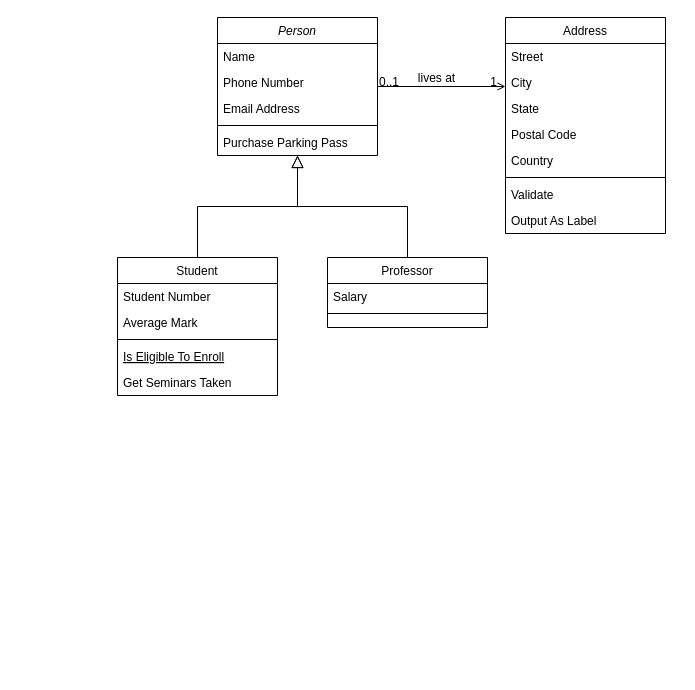
Above: national_parks.drawio in Ndzile/national_parks (draw.io), before the change. Source tidied: cells renumbered, new cells numbered last; positions are measured from the earlier drawing's top-left corner, leaving out a move shared by most shapes. Both pictures are drawn from the tidied source at 100%, with x=0, y=0 at pixel (117, 17).
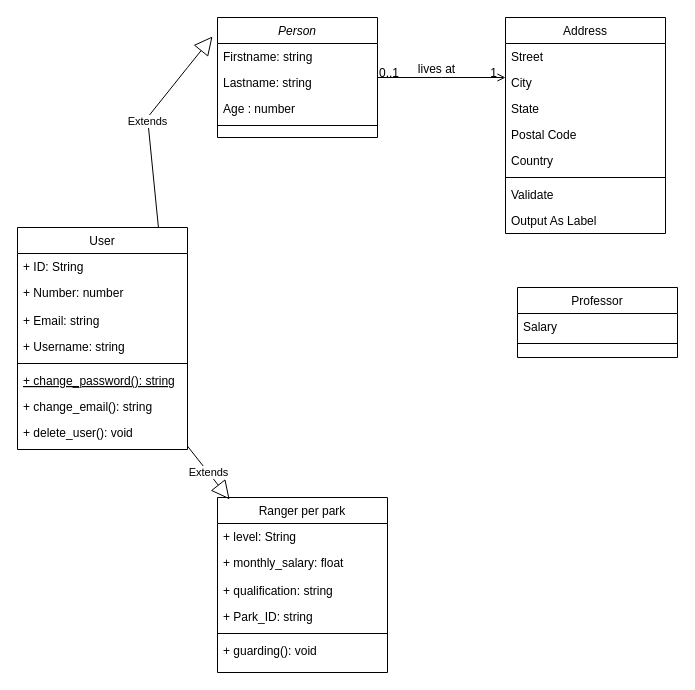
The same page after the edit.

Commit message:
Mettre à jour national_parks.drawio

Change to the diagram source:
```diff
@@
     <mxCell id="2" value="Person" style="swimlane;fontStyle=2;align=center;verticalAlign=top;horizontal=1;startSize=26;rounded=0;shadow=0;strokeWidth=1;" parent="1" vertex="1">
-      <mxGeometry x="100" width="160" height="138" as="geometry" />
+      <mxGeometry x="100" width="160" height="120" as="geometry" />
     </mxCell>
-    <mxCell id="3" value="Name" style="text;align=left;verticalAlign=top;spacingLeft=4;spacingRight=4;overflow=hidden;" parent="2" vertex="1">
+    <mxCell id="3" value="Firstname: string" style="text;align=left;verticalAlign=top;spacingLeft=4;spacingRight=4;overflow=hidden;" parent="2" vertex="1">
       <mxGeometry y="26" width="160" height="26" as="geometry" />
     </mxCell>
-    <mxCell id="4" value="Phone Number" style="text;align=left;verticalAlign=top;spacingLeft=4;spacingRight=4;overflow=hidden;rounded=0;shadow=0;html=0;" parent="2" vertex="1">
+    <mxCell id="4" value="Lastname: string" style="text;align=left;verticalAlign=top;spacingLeft=4;spacingRight=4;overflow=hidden;rounded=0;shadow=0;html=0;" parent="2" vertex="1">
       <mxGeometry y="52" width="160" height="26" as="geometry" />
     </mxCell>
-    <mxCell id="5" value="Email Address" style="text;align=left;verticalAlign=top;spacingLeft=4;spacingRight=4;overflow=hidden;rounded=0;shadow=0;html=0;" parent="2" vertex="1">
+    <mxCell id="5" value="Age : number" style="text;align=left;verticalAlign=top;spacingLeft=4;spacingRight=4;overflow=hidden;rounded=0;shadow=0;html=0;" parent="2" vertex="1">
       <mxGeometry y="78" width="160" height="26" as="geometry" />
     </mxCell>
@@
-    <mxCell id="7" value="Purchase Parking Pass" style="text;align=left;verticalAlign=top;spacingLeft=4;spacingRight=4;overflow=hidden;" parent="2" vertex="1">
-      <mxGeometry y="112" width="160" height="26" as="geometry" />
-    </mxCell>
-    <mxCell id="8" value="Student" style="swimlane;fontStyle=0;align=center;verticalAlign=top;horizontal=1;startSize=26;rounded=0;shadow=0;strokeWidth=1;" parent="1" vertex="1">
-      <mxGeometry y="240" width="160" height="138" as="geometry" />
+    <mxCell id="8" value="User" style="swimlane;fontStyle=0;align=center;verticalAlign=top;horizontal=1;startSize=26;rounded=0;shadow=0;strokeWidth=1;" parent="1" vertex="1">
+      <mxGeometry x="-100" y="210" width="170" height="222" as="geometry" />
     </mxCell>
-    <mxCell id="9" value="Student Number" style="text;align=left;verticalAlign=top;spacingLeft=4;spacingRight=4;overflow=hidden;" parent="8" vertex="1">
-      <mxGeometry y="26" width="160" height="26" as="geometry" />
+    <mxCell id="9" value="+ ID: String" style="text;align=left;verticalAlign=top;spacingLeft=4;spacingRight=4;overflow=hidden;" parent="8" vertex="1">
+      <mxGeometry y="26" width="170" height="26" as="geometry" />
     </mxCell>
-    <mxCell id="10" value="Average Mark" style="text;align=left;verticalAlign=top;spacingLeft=4;spacingRight=4;overflow=hidden;rounded=0;shadow=0;html=0;" parent="8" vertex="1">
-      <mxGeometry y="52" width="160" height="26" as="geometry" />
+    <mxCell id="10" value="+ Number: number" style="text;align=left;verticalAlign=top;spacingLeft=4;spacingRight=4;overflow=hidden;rounded=0;shadow=0;html=0;" parent="8" vertex="1">
+      <mxGeometry y="52" width="170" height="28" as="geometry" />
     </mxCell>
+    <mxCell id="32" value="+ Email: string" style="text;align=left;verticalAlign=top;spacingLeft=4;spacingRight=4;overflow=hidden;rounded=0;shadow=0;html=0;" parent="8" vertex="1">
+      <mxGeometry y="80" width="170" height="26" as="geometry" />
+    </mxCell>
+    <mxCell id="33" value="+ Username: string" style="text;align=left;verticalAlign=top;spacingLeft=4;spacingRight=4;overflow=hidden;rounded=0;shadow=0;html=0;" parent="8" vertex="1">
+      <mxGeometry y="106" width="170" height="26" as="geometry" />
+    </mxCell>
     <mxCell id="11" style="line;html=1;strokeWidth=1;align=left;verticalAlign=middle;spacingTop=-1;spacingLeft=3;spacingRight=3;labelPosition=right;" parent="8" vertex="1">
-      <mxGeometry y="78" width="160" height="8" as="geometry" />
+      <mxGeometry y="132" width="170" height="8" as="geometry" />
     </mxCell>
-    <mxCell id="12" value="Is Eligible To Enroll" style="text;align=left;verticalAlign=top;spacingLeft=4;spacingRight=4;overflow=hidden;fontStyle=4;" parent="8" vertex="1">
-      <mxGeometry y="86" width="160" height="26" as="geometry" />
+    <mxCell id="12" value="+ change_password(): string" style="text;align=left;verticalAlign=top;spacingLeft=4;spacingRight=4;overflow=hidden;fontStyle=4;" parent="8" vertex="1">
+      <mxGeometry y="140" width="170" height="26" as="geometry" />
     </mxCell>
-    <mxCell id="13" value="Get Seminars Taken" style="text;align=left;verticalAlign=top;spacingLeft=4;spacingRight=4;overflow=hidden;" parent="8" vertex="1">
-      <mxGeometry y="112" width="160" height="26" as="geometry" />
+    <mxCell id="13" value="+ change_email(): string" style="text;align=left;verticalAlign=top;spacingLeft=4;spacingRight=4;overflow=hidden;" parent="8" vertex="1">
+      <mxGeometry y="166" width="170" height="26" as="geometry" />
     </mxCell>
-    <mxCell id="14" style="endArrow=block;endSize=10;endFill=0;shadow=0;strokeWidth=1;rounded=0;edgeStyle=elbowEdgeStyle;elbow=vertical;" parent="1" edge="1" source="8" target="2">
-      <mxGeometry relative="1" as="geometry" />
-    </mxCell>
+    <mxCell id="34" value="+ delete_user(): void" style="text;align=left;verticalAlign=top;spacingLeft=4;spacingRight=4;overflow=hidden;" parent="8" vertex="1">
+      <mxGeometry y="192" width="170" height="26" as="geometry" />
+    </mxCell>
     <mxCell id="15" value="Professor" style="swimlane;fontStyle=0;align=center;verticalAlign=top;horizontal=1;startSize=26;rounded=0;shadow=0;strokeWidth=1;" parent="1" vertex="1">
-      <mxGeometry x="210" y="240" width="160" height="70" as="geometry" />
+      <mxGeometry x="400" y="270" width="160" height="70" as="geometry" />
     </mxCell>
@@
-    <mxCell id="18" style="endArrow=block;endSize=10;endFill=0;shadow=0;strokeWidth=1;rounded=0;edgeStyle=elbowEdgeStyle;elbow=vertical;" parent="1" edge="1" source="15" target="2">
-      <mxGeometry relative="1" as="geometry" />
-    </mxCell>
@@
+    <mxCell id="35" value="Ranger per park" style="swimlane;fontStyle=0;align=center;verticalAlign=top;horizontal=1;startSize=26;rounded=0;shadow=0;strokeWidth=1;" parent="1" vertex="1">
+      <mxGeometry x="100" y="480" width="170" height="175" as="geometry" />
+    </mxCell>
+    <mxCell id="36" value="+ level: String" style="text;align=left;verticalAlign=top;spacingLeft=4;spacingRight=4;overflow=hidden;" parent="35" vertex="1">
+      <mxGeometry y="26" width="170" height="26" as="geometry" />
+    </mxCell>
+    <mxCell id="37" value="+ monthly_salary: float" style="text;align=left;verticalAlign=top;spacingLeft=4;spacingRight=4;overflow=hidden;rounded=0;shadow=0;html=0;" parent="35" vertex="1">
+      <mxGeometry y="52" width="170" height="28" as="geometry" />
+    </mxCell>
+    <mxCell id="38" value="+ qualification: string" style="text;align=left;verticalAlign=top;spacingLeft=4;spacingRight=4;overflow=hidden;rounded=0;shadow=0;html=0;" parent="35" vertex="1">
+      <mxGeometry y="80" width="170" height="26" as="geometry" />
+    </mxCell>
+    <mxCell id="39" value="+ Park_ID: string" style="text;align=left;verticalAlign=top;spacingLeft=4;spacingRight=4;overflow=hidden;rounded=0;shadow=0;html=0;" parent="35" vertex="1">
+      <mxGeometry y="106" width="170" height="26" as="geometry" />
+    </mxCell>
+    <mxCell id="40" style="line;html=1;strokeWidth=1;align=left;verticalAlign=middle;spacingTop=-1;spacingLeft=3;spacingRight=3;labelPosition=right;" parent="35" vertex="1">
+      <mxGeometry y="132" width="170" height="8" as="geometry" />
+    </mxCell>
+    <mxCell id="41" value="+ guarding(): void" style="text;align=left;verticalAlign=top;spacingLeft=4;spacingRight=4;overflow=hidden;" parent="35" vertex="1">
+      <mxGeometry y="140" width="170" height="26" as="geometry" />
+    </mxCell>
+    <mxCell id="42" value="Extends" style="endArrow=block;endSize=16;endFill=0;html=1;rounded=0;entryX=0.071;entryY=0.011;entryDx=0;entryDy=0;entryPerimeter=0;" parent="1" edge="1" source="8" target="35">
+      <mxGeometry relative="1" as="geometry" />
+    </mxCell>
+    <mxCell id="14" value="Extends" style="endArrow=block;endSize=16;endFill=0;html=1;rounded=0;exitX=0.829;exitY=0;exitDx=0;exitDy=0;exitPerimeter=0;entryX=-0.031;entryY=0.158;entryDx=0;entryDy=0;entryPerimeter=0;" parent="1" edge="1" source="8" target="2">
+      <mxGeometry relative="1" as="geometry">
+        <Array as="points">
+          <mxPoint x="30" y="100" />
+          <mxPoint x="70" y="50" />
+        </Array>
+      </mxGeometry>
+    </mxCell>
```
